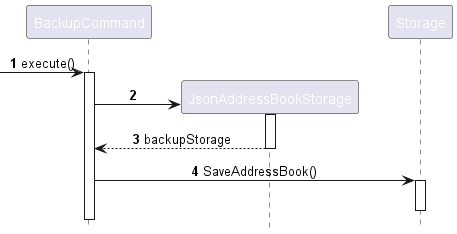
Above: docs/images/BackupSequenceDiagram.png in nus-cs2103-AY2223S2/tp (PlantUML), before the change. The source it was exported from:
```plantuml
@startuml
!include style.puml

autonumber

[-> BackupCommand : execute()
activate BackupCommand

create JsonAddressBookStorage
BackupCommand -> JsonAddressBookStorage
activate JsonAddressBookStorage
JsonAddressBookStorage --> BackupCommand : backupStorage
deactivate JsonAddressBookStorage

BackupCommand -> Storage : SaveAddressBook()
activate Storage
deactivate Storage


@enduml
```
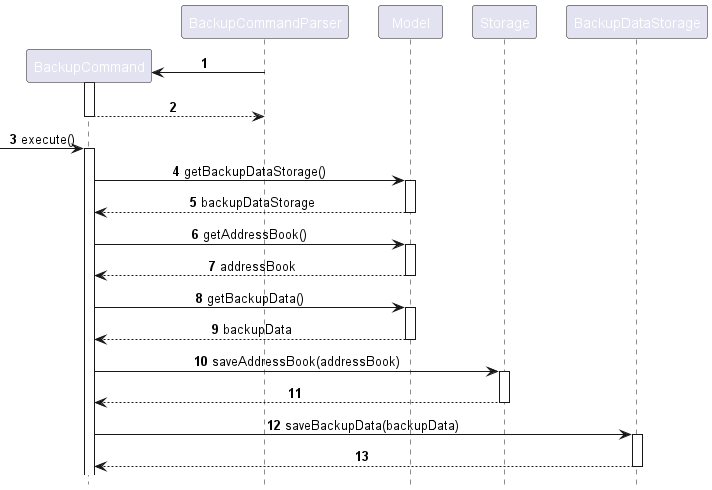
The same file after the commit.

Diff of the diagram source:
```diff
@@ -3,18 +3,37 @@
 
 autonumber
 
+create BackupCommand
+BackupCommandParser -> BackupCommand
+activate BackupCommand
+BackupCommand --> BackupCommandParser
+deactivate BackupCommand
 [-> BackupCommand : execute()
 activate BackupCommand
 
-create JsonAddressBookStorage
-BackupCommand -> JsonAddressBookStorage
-activate JsonAddressBookStorage
-JsonAddressBookStorage --> BackupCommand : backupStorage
-deactivate JsonAddressBookStorage
+BackupCommand -> Model : getBackupDataStorage()
+activate Model
+Model --> BackupCommand : backupDataStorage
+deactivate Model
 
-BackupCommand -> Storage : SaveAddressBook()
+BackupCommand -> Model : getAddressBook()
+activate Model
+Model --> BackupCommand : addressBook
+deactivate Model
+
+BackupCommand -> Model : getBackupData()
+activate Model
+Model --> BackupCommand : backupData
+deactivate Model
+
+BackupCommand -> Storage : saveAddressBook(addressBook)
 activate Storage
+Storage --> BackupCommand
 deactivate Storage
 
+BackupCommand -> BackupDataStorage : saveBackupData(backupData)
+activate BackupDataStorage
+BackupDataStorage --> BackupCommand
+deactivate BackupDataStorage
 
 @enduml
```
